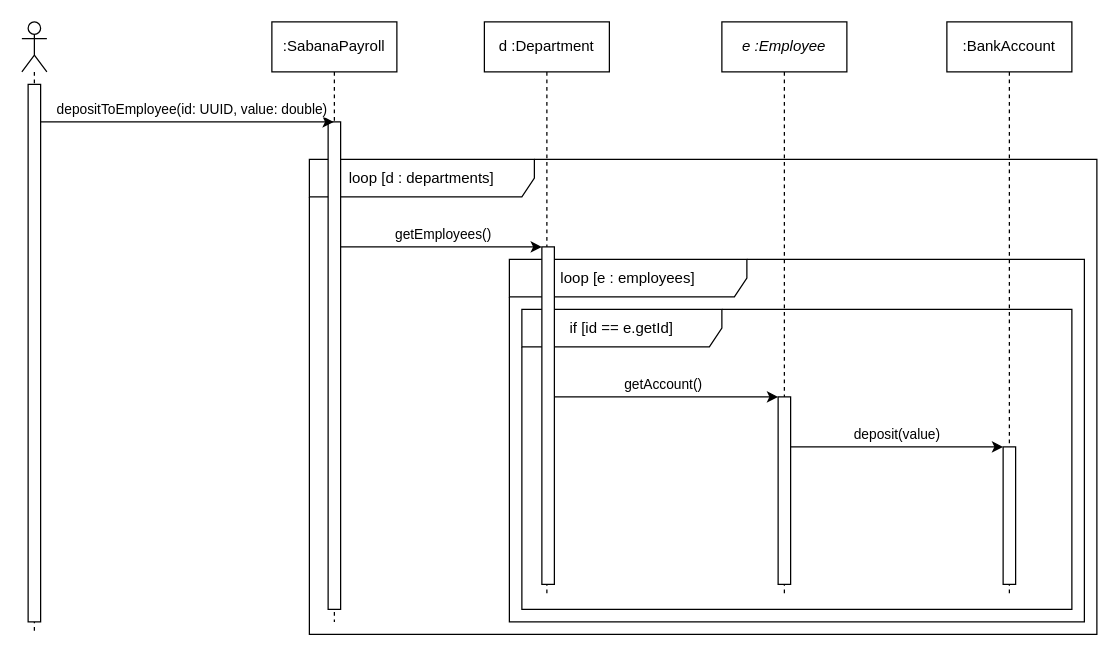
Earlier version of the draw.io diagram diagrams/deposittoemplotee-sequence-diagram.drawio (Cafeleyos/MUNOZ-SANTOS-SABANA-POOB-2021-1-LAB-ABSTRACT-CLASS). Source tidied: cells renumbered, new cells numbered last; positions are measured from the earlier drawing's top-left corner, leaving out a move shared by most shapes. Both pictures are drawn from the tidied source at 125%, with x=0, y=0 at pixel (21, 21).
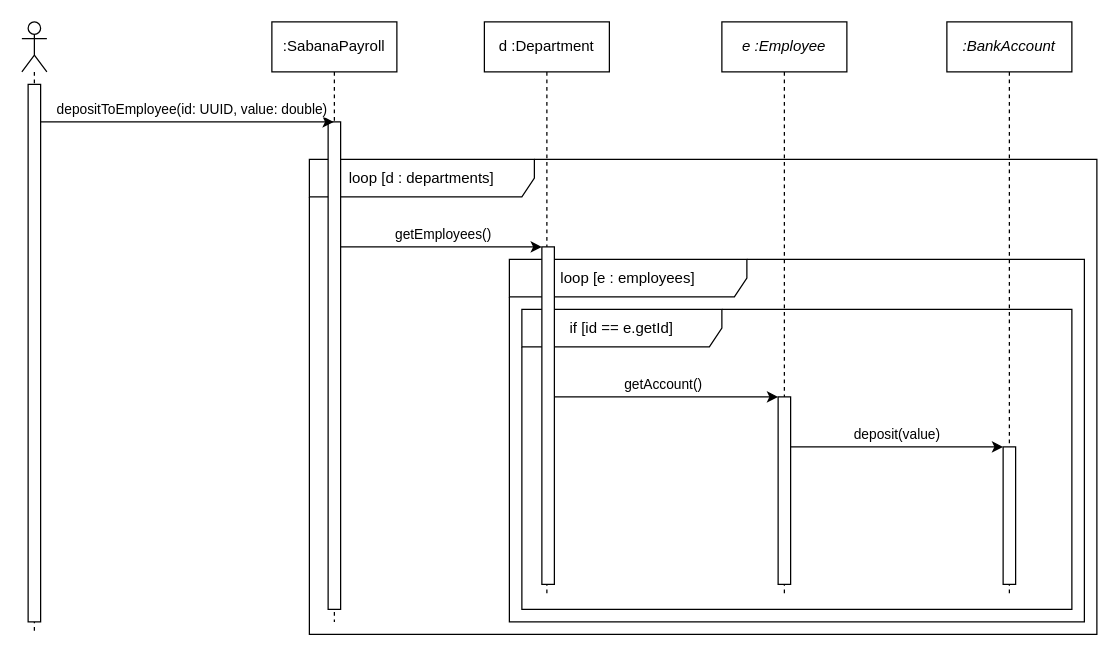
The same diagram, later.

Diff of the diagram source:
```diff
@@
-    <mxCell id="16" value=":BankAccount" style="shape=umlLifeline;perimeter=lifelinePerimeter;whiteSpace=wrap;html=1;" parent="1" vertex="1">
+    <mxCell id="16" value=":BankAccount" style="shape=umlLifeline;perimeter=lifelinePerimeter;whiteSpace=wrap;html=1;fontStyle=2;" parent="1" vertex="1">
       <mxGeometry x="740" width="100" height="460" as="geometry" />
     </mxCell>
```
